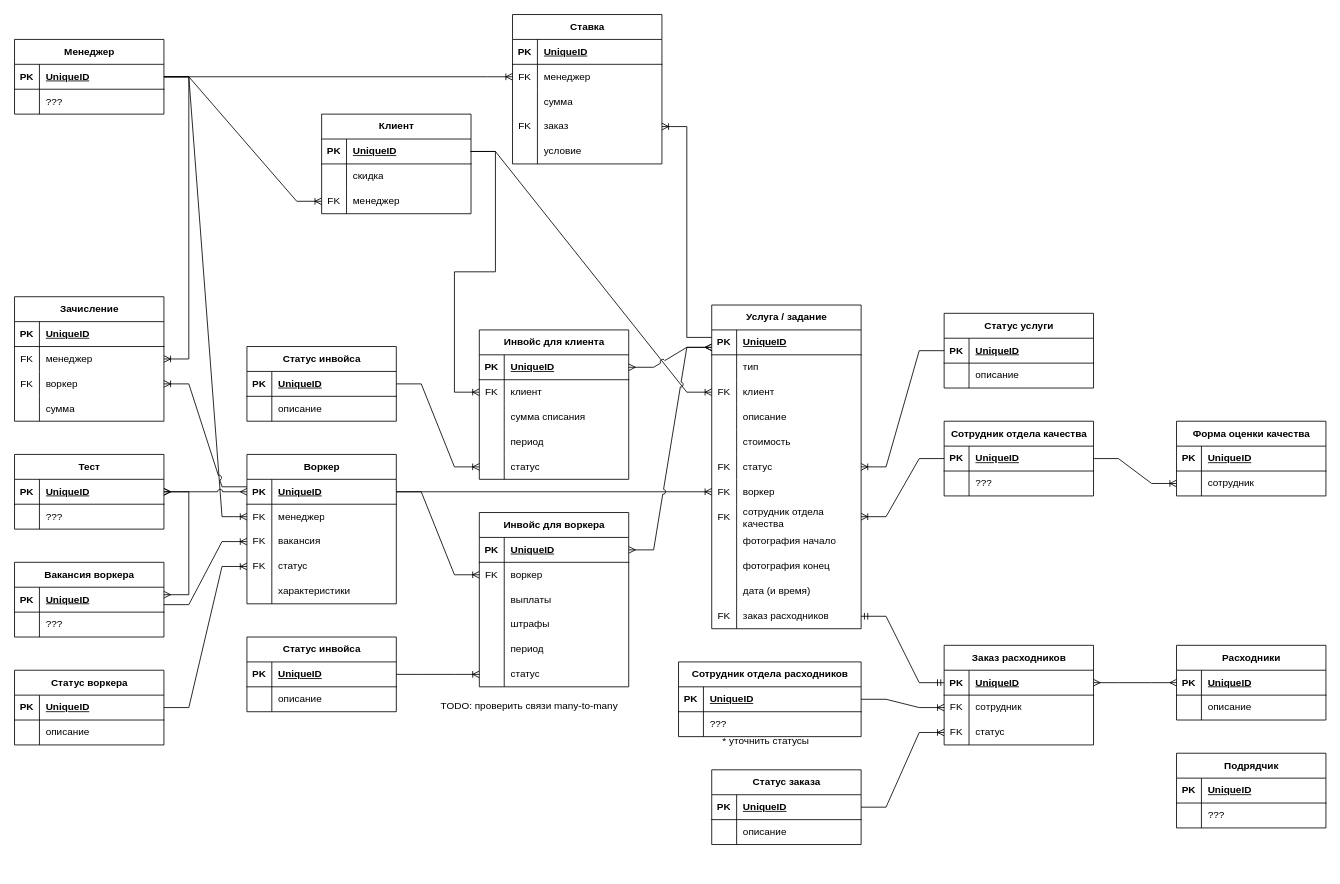
The draw.io diagram hw0/erd.drawio in mikhaildruzhinin/tough-dev-school-system-analysis, before the edit. Source tidied: cells renumbered, new cells numbered last; positions are measured from the earlier drawing's top-left corner, leaving out a move shared by most shapes. Both pictures are drawn from the tidied source at 83%, with x=0, y=0 at pixel (-135, 14).
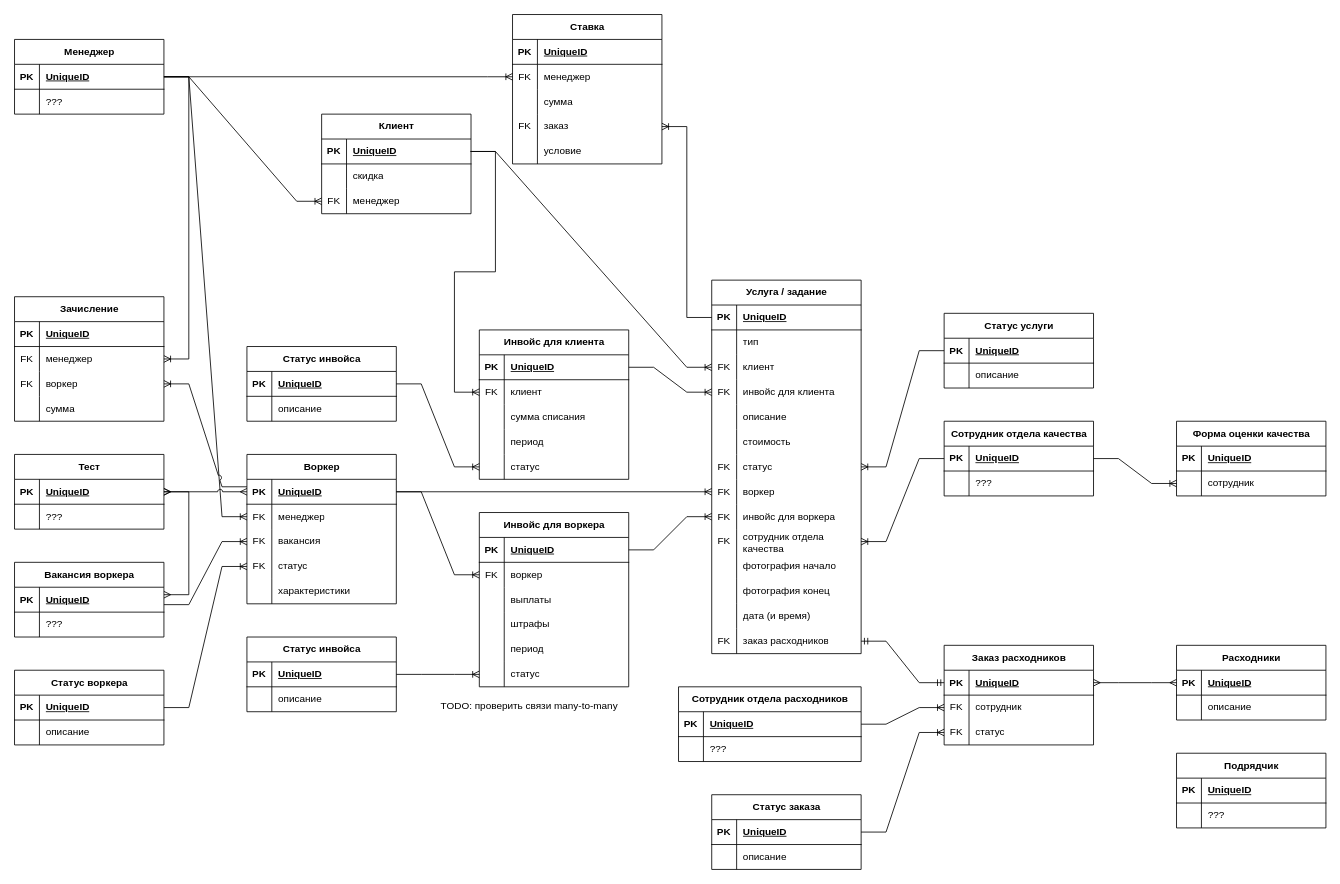
After the change.

The change refers to these unchanged cells:
```xml
<mxCell id="166" style="shape=tableRow;horizontal=0;startSize=0;swimlaneHead=0;swimlaneBody=0;fillColor=none;points=[[0,0.5],[1,0.5]];portConstraint=eastwest;top=0;left=0;right=0;bottom=1;" parent="165" vertex="1">
  <mxGeometry y="30" width="180" height="30" as="geometry" />
</mxCell>
<mxCell id="182" style="shape=tableRow;horizontal=0;startSize=0;swimlaneHead=0;swimlaneBody=0;fillColor=none;points=[[0,0.5],[1,0.5]];portConstraint=eastwest;top=0;left=0;right=0;bottom=1;" parent="181" vertex="1">
  <mxGeometry y="30" width="180" height="30" as="geometry" />
</mxCell>
<mxCell id="245" style="shape=tableRow;horizontal=0;startSize=0;swimlaneHead=0;swimlaneBody=0;fillColor=none;points=[[0,0.5],[1,0.5]];portConstraint=eastwest;top=0;left=0;right=0;bottom=0;" parent="235" vertex="1">
  <mxGeometry y="120" width="180" height="30" as="geometry" />
</mxCell>
```

What changed in the source:
```diff
@@
     <mxCell id="12" value="Услуга / задание" style="shape=table;startSize=30;childLayout=tableLayout;rowLines=0;fontStyle=1;align=center;html=1;" parent="1" vertex="1">
-      <mxGeometry x="1020" y="350" width="180" height="390" as="geometry" />
+      <mxGeometry x="1020" y="320" width="180" height="450" as="geometry" />
     </mxCell>
-    <mxCell id="13" style="shape=tableRow;horizontal=0;startSize=0;swimlaneHead=0;swimlaneBody=0;fillColor=none;points=[[0,0.3,0,0,0],[0,0.7,0,0,0],[1,0.5,0,0,0]];portConstraint=eastwest;top=0;left=0;right=0;bottom=1;" parent="12" vertex="1">
+    <mxCell id="13" style="shape=tableRow;horizontal=0;startSize=0;swimlaneHead=0;swimlaneBody=0;fillColor=none;points=[[0,0.5,0,0,0],[1,0.5,0,0,0]];portConstraint=eastwest;top=0;left=0;right=0;bottom=1;" parent="12" vertex="1">
       <mxGeometry y="30" width="180" height="30" as="geometry" />
     </mxCell>
@@
+    <mxCell id="257" style="shape=tableRow;horizontal=0;startSize=0;swimlaneHead=0;swimlaneBody=0;fillColor=none;points=[[0,0.5],[1,0.5]];portConstraint=eastwest;top=0;left=0;right=0;bottom=0;" parent="12" vertex="1">
+      <mxGeometry y="120" width="180" height="30" as="geometry" />
+    </mxCell>
+    <mxCell id="258" value="FK" style="shape=partialRectangle;fillColor=none;top=0;left=0;bottom=0;right=0;overflow=hidden;whiteSpace=wrap;html=1;" parent="257" vertex="1">
+      <mxGeometry width="30" height="30" as="geometry" />
+    </mxCell>
+    <mxCell id="259" value="инвойс для клиента" style="shape=partialRectangle;fillColor=none;top=0;left=0;bottom=0;right=0;align=left;spacingLeft=6;overflow=hidden;whiteSpace=wrap;html=1;" parent="257" vertex="1">
+      <mxGeometry x="30" width="150" height="30" as="geometry" />
+    </mxCell>
     <mxCell id="22" style="shape=tableRow;horizontal=0;startSize=0;swimlaneHead=0;swimlaneBody=0;fillColor=none;top=0;left=0;right=0;bottom=0;" parent="12" vertex="1">
-      <mxGeometry y="120" width="180" height="30" as="geometry" />
+      <mxGeometry y="150" width="180" height="30" as="geometry" />
     </mxCell>
@@
     <mxCell id="25" style="shape=tableRow;horizontal=0;startSize=0;swimlaneHead=0;swimlaneBody=0;fillColor=none;top=0;left=0;right=0;bottom=0;" parent="12" vertex="1">
-      <mxGeometry y="150" width="180" height="30" as="geometry" />
+      <mxGeometry y="180" width="180" height="30" as="geometry" />
     </mxCell>
@@
     <mxCell id="28" style="shape=tableRow;horizontal=0;startSize=0;swimlaneHead=0;swimlaneBody=0;fillColor=none;points=[[0,0.5],[1,0.5]];portConstraint=eastwest;top=0;left=0;right=0;bottom=0;" parent="12" vertex="1">
-      <mxGeometry y="180" width="180" height="30" as="geometry" />
+      <mxGeometry y="210" width="180" height="30" as="geometry" />
     </mxCell>
@@
     <mxCell id="31" style="shape=tableRow;horizontal=0;startSize=0;swimlaneHead=0;swimlaneBody=0;fillColor=none;points=[[0,0.5],[1,0.5]];portConstraint=eastwest;top=0;left=0;right=0;bottom=0;" parent="12" vertex="1">
-      <mxGeometry y="210" width="180" height="30" as="geometry" />
+      <mxGeometry y="240" width="180" height="30" as="geometry" />
     </mxCell>
@@
+    <mxCell id="260" style="shape=tableRow;horizontal=0;startSize=0;swimlaneHead=0;swimlaneBody=0;fillColor=none;points=[[0,0.5],[1,0.5]];portConstraint=eastwest;top=0;left=0;right=0;bottom=0;" parent="12" vertex="1">
+      <mxGeometry y="270" width="180" height="30" as="geometry" />
+    </mxCell>
+    <mxCell id="261" value="FK" style="shape=partialRectangle;fillColor=none;top=0;left=0;bottom=0;right=0;overflow=hidden;whiteSpace=wrap;html=1;" parent="260" vertex="1">
+      <mxGeometry width="30" height="30" as="geometry" />
+    </mxCell>
+    <mxCell id="262" value="инвойс для воркера" style="shape=partialRectangle;fillColor=none;top=0;left=0;bottom=0;right=0;align=left;spacingLeft=6;overflow=hidden;whiteSpace=wrap;html=1;" parent="260" vertex="1">
+      <mxGeometry x="30" width="150" height="30" as="geometry" />
+    </mxCell>
     <mxCell id="34" style="shape=tableRow;horizontal=0;startSize=0;swimlaneHead=0;swimlaneBody=0;fillColor=none;points=[[0,0.5],[1,0.5]];portConstraint=eastwest;top=0;left=0;right=0;bottom=0;" parent="12" vertex="1">
-      <mxGeometry y="240" width="180" height="30" as="geometry" />
+      <mxGeometry y="300" width="180" height="30" as="geometry" />
     </mxCell>
@@
     <mxCell id="37" style="shape=tableRow;horizontal=0;startSize=0;swimlaneHead=0;swimlaneBody=0;fillColor=none;top=0;left=0;right=0;bottom=0;" parent="12" vertex="1">
-      <mxGeometry y="270" width="180" height="30" as="geometry" />
+      <mxGeometry y="330" width="180" height="30" as="geometry" />
     </mxCell>
@@
     <mxCell id="40" style="shape=tableRow;horizontal=0;startSize=0;swimlaneHead=0;swimlaneBody=0;fillColor=none;top=0;left=0;right=0;bottom=0;" parent="12" vertex="1">
-      <mxGeometry y="300" width="180" height="30" as="geometry" />
+      <mxGeometry y="360" width="180" height="30" as="geometry" />
     </mxCell>
@@
     <mxCell id="43" style="shape=tableRow;horizontal=0;startSize=0;swimlaneHead=0;swimlaneBody=0;fillColor=none;top=0;left=0;right=0;bottom=0;" parent="12" vertex="1">
-      <mxGeometry y="330" width="180" height="30" as="geometry" />
+      <mxGeometry y="390" width="180" height="30" as="geometry" />
     </mxCell>
@@
     <mxCell id="46" style="shape=tableRow;horizontal=0;startSize=0;swimlaneHead=0;swimlaneBody=0;fillColor=none;points=[[0,0.5],[1,0.5]];portConstraint=eastwest;top=0;left=0;right=0;bottom=0;" parent="12" vertex="1">
-      <mxGeometry y="360" width="180" height="30" as="geometry" />
+      <mxGeometry y="420" width="180" height="30" as="geometry" />
     </mxCell>
@@
     <mxCell id="105" value="Сотрудник отдела расходников" style="shape=table;startSize=30;childLayout=tableLayout;rowLines=0;fontStyle=1;align=center;html=1;" parent="1" vertex="1">
-      <mxGeometry x="980" y="780" width="220" height="90" as="geometry" />
+      <mxGeometry x="980" y="810" width="220" height="90" as="geometry" />
     </mxCell>
@@
     <mxCell id="129" value="Статус заказа" style="shape=table;startSize=30;childLayout=tableLayout;rowLines=0;fontStyle=1;align=center;html=1;" parent="1" vertex="1">
-      <mxGeometry x="1020" y="910" width="180" height="90" as="geometry" />
+      <mxGeometry x="1020" y="940" width="180" height="90" as="geometry" />
     </mxCell>
@@
-    <mxCell id="140" value="* уточнить статусы" style="text;html=1;align=center;verticalAlign=middle;strokeColor=none;fillColor=none;" parent="1" vertex="1">
-      <mxGeometry x="1020" y="860" width="130" height="30" as="geometry" />
-    </mxCell>
@@
-    <mxCell id="215" style="edgeStyle=entityRelationEdgeStyle;fontSize=12;html=1;endArrow=ERmany;startArrow=ERmany;rounded=0;entryX=0;entryY=0.7;entryDx=0;entryDy=0;exitX=1;exitY=0.5;exitDx=0;exitDy=0;jumpStyle=arc;entryPerimeter=0;" parent="1" edge="1" source="182" target="13">
-      <mxGeometry relative="1" as="geometry" />
-    </mxCell>
-    <mxCell id="216" style="edgeStyle=entityRelationEdgeStyle;fontSize=12;html=1;endArrow=ERmany;startArrow=ERmany;rounded=0;entryX=0;entryY=0.7;entryDx=0;entryDy=0;exitX=1;exitY=0.5;exitDx=0;exitDy=0;jumpStyle=arc;entryPerimeter=0;" parent="1" edge="1" source="166" target="13">
-      <mxGeometry relative="1" as="geometry" />
-    </mxCell>
@@
-    <mxCell id="252" style="edgeStyle=entityRelationEdgeStyle;fontSize=12;html=1;endArrow=ERoneToMany;rounded=0;entryX=1;entryY=0.5;entryDx=0;entryDy=0;exitX=0;exitY=0.3;exitDx=0;exitDy=0;exitPerimeter=0;jumpStyle=arc;" parent="1" edge="1" source="13" target="245">
+    <mxCell id="252" style="edgeStyle=entityRelationEdgeStyle;fontSize=12;html=1;endArrow=ERoneToMany;rounded=0;entryX=1;entryY=0.5;entryDx=0;entryDy=0;jumpStyle=arc;exitX=0;exitY=0.5;exitDx=0;exitDy=0;exitPerimeter=0;" parent="1" edge="1" source="13" target="245">
       <mxGeometry relative="1" as="geometry" />
     </mxCell>
@@
+    <mxCell id="263" style="edgeStyle=entityRelationEdgeStyle;fontSize=12;html=1;endArrow=ERoneToMany;rounded=0;exitX=1;exitY=0.5;exitDx=0;exitDy=0;entryX=0;entryY=0.5;entryDx=0;entryDy=0;" parent="1" edge="1" source="166" target="257">
+      <mxGeometry relative="1" as="geometry" />
+    </mxCell>
+    <mxCell id="264" style="edgeStyle=entityRelationEdgeStyle;fontSize=12;html=1;endArrow=ERoneToMany;rounded=0;exitX=1;exitY=0.5;exitDx=0;exitDy=0;entryX=0;entryY=0.5;entryDx=0;entryDy=0;" parent="1" edge="1" source="182" target="260">
+      <mxGeometry relative="1" as="geometry" />
+    </mxCell>
```
